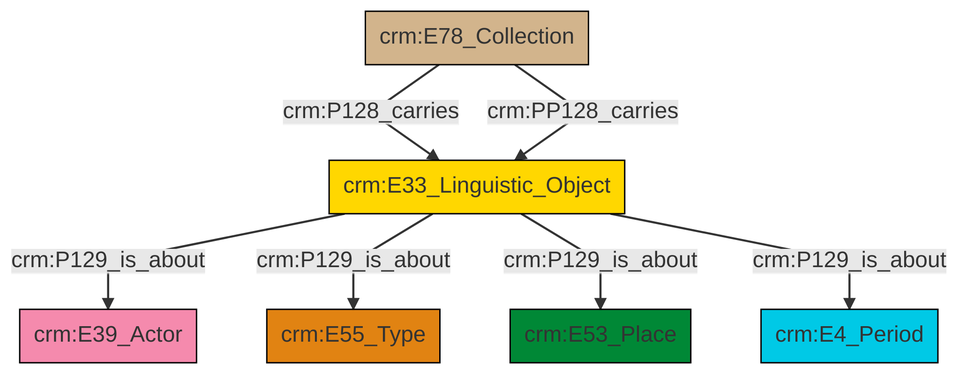
This is et/archivalCSV/ttl/mmd/png/archival_aboutness.png from swiss-art-research-net/docs.swissartresearch, a Mermaid export, as it was before one commit. Its source is kept beside it as et/archivalCSV/ttl/mmd/archival_aboutness.ttl.mmd.
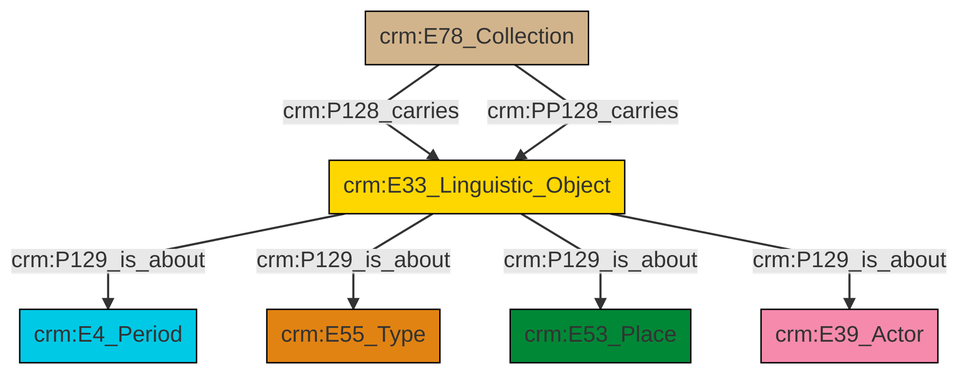
After the commit.

Diff of the diagram source:
```diff
@@ -13,9 +13,9 @@
 classDef PC_Classes fill:#4ce600, stroke:#000000;
 classDef Multi fill:#cccccc,stroke:#000000;
 
-0["crm:E78_Collection"]:::Physical_Thing -->|crm:P128_carries| 1["crm:E33_Linguistic_Object"]:::Conceptual_Object
-1["crm:E33_Linguistic_Object"]:::Conceptual_Object -->|crm:P129_is_about| 2["crm:E39_Actor"]:::Actor
-1["crm:E33_Linguistic_Object"]:::Conceptual_Object -->|crm:P129_is_about| 6["crm:E55_Type"]:::Type
-0["crm:E78_Collection"]:::Physical_Thing -->|crm:PP128_carries| 1["crm:E33_Linguistic_Object"]:::Conceptual_Object
-1["crm:E33_Linguistic_Object"]:::Conceptual_Object -->|crm:P129_is_about| 4["crm:E53_Place"]:::Place
-1["crm:E33_Linguistic_Object"]:::Conceptual_Object -->|crm:P129_is_about| 10["crm:E4_Period"]:::Temporal_Entity
+0["crm:E33_Linguistic_Object"]:::Conceptual_Object -->|crm:P129_is_about| 1["crm:E4_Period"]:::Temporal_Entity
+0["crm:E33_Linguistic_Object"]:::Conceptual_Object -->|crm:P129_is_about| 2["crm:E55_Type"]:::Type
+0["crm:E33_Linguistic_Object"]:::Conceptual_Object -->|crm:P129_is_about| 5["crm:E53_Place"]:::Place
+9["crm:E78_Collection"]:::Physical_Thing -->|crm:P128_carries| 0["crm:E33_Linguistic_Object"]:::Conceptual_Object
+9["crm:E78_Collection"]:::Physical_Thing -->|crm:PP128_carries| 0["crm:E33_Linguistic_Object"]:::Conceptual_Object
+0["crm:E33_Linguistic_Object"]:::Conceptual_Object -->|crm:P129_is_about| 7["crm:E39_Actor"]:::Actor
```
